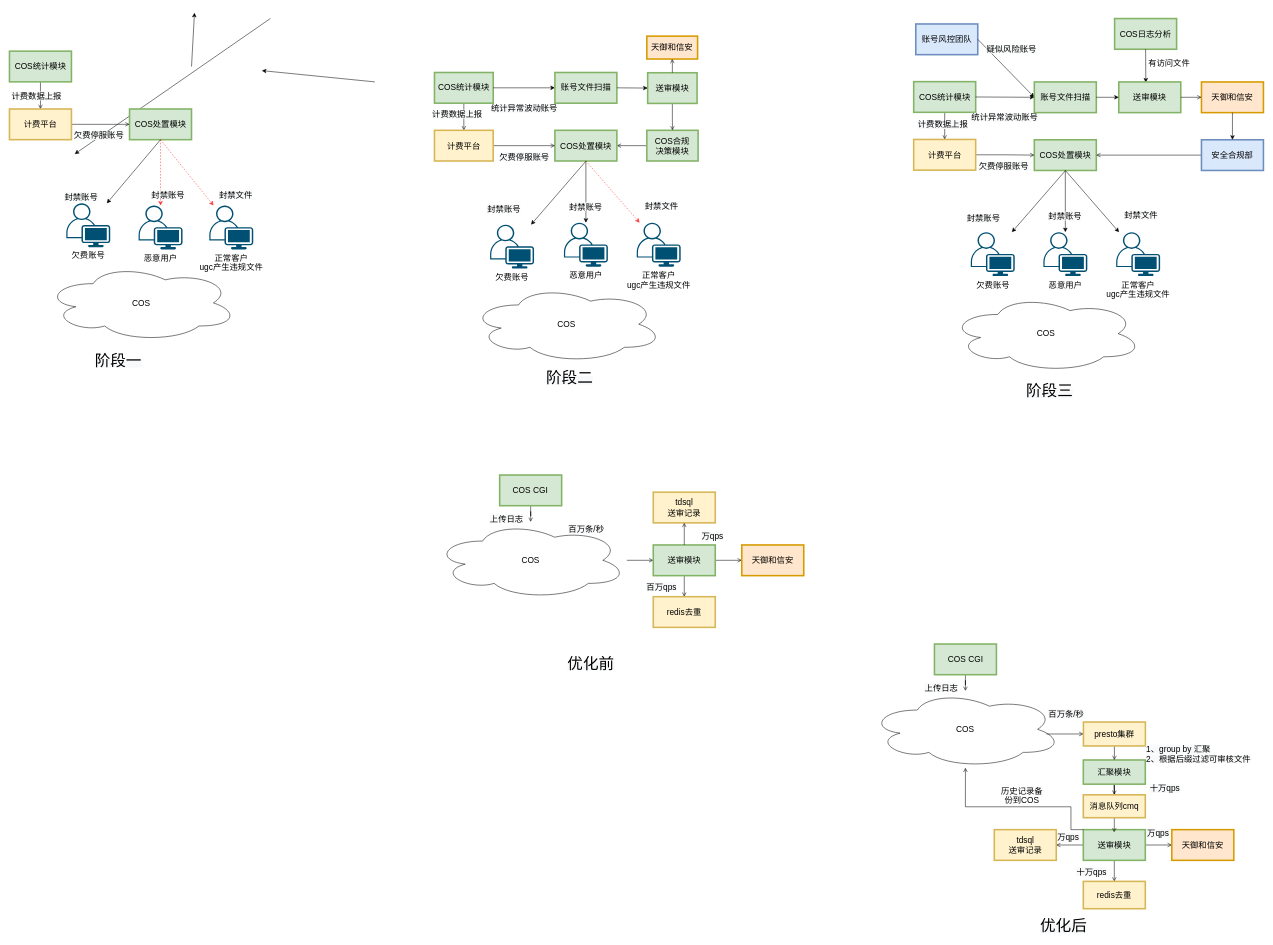
Before: page "合规" (7 of 7) of Untitled Diagram.drawio in wangnan8791/document, a draw.io diagram. Source tidied: cells renumbered, new cells numbered last; positions are measured from the earlier drawing's top-left corner, leaving out a move shared by most shapes. Both pictures are drawn from the tidied source at 52%, with x=0, y=0 at pixel (9, 12).
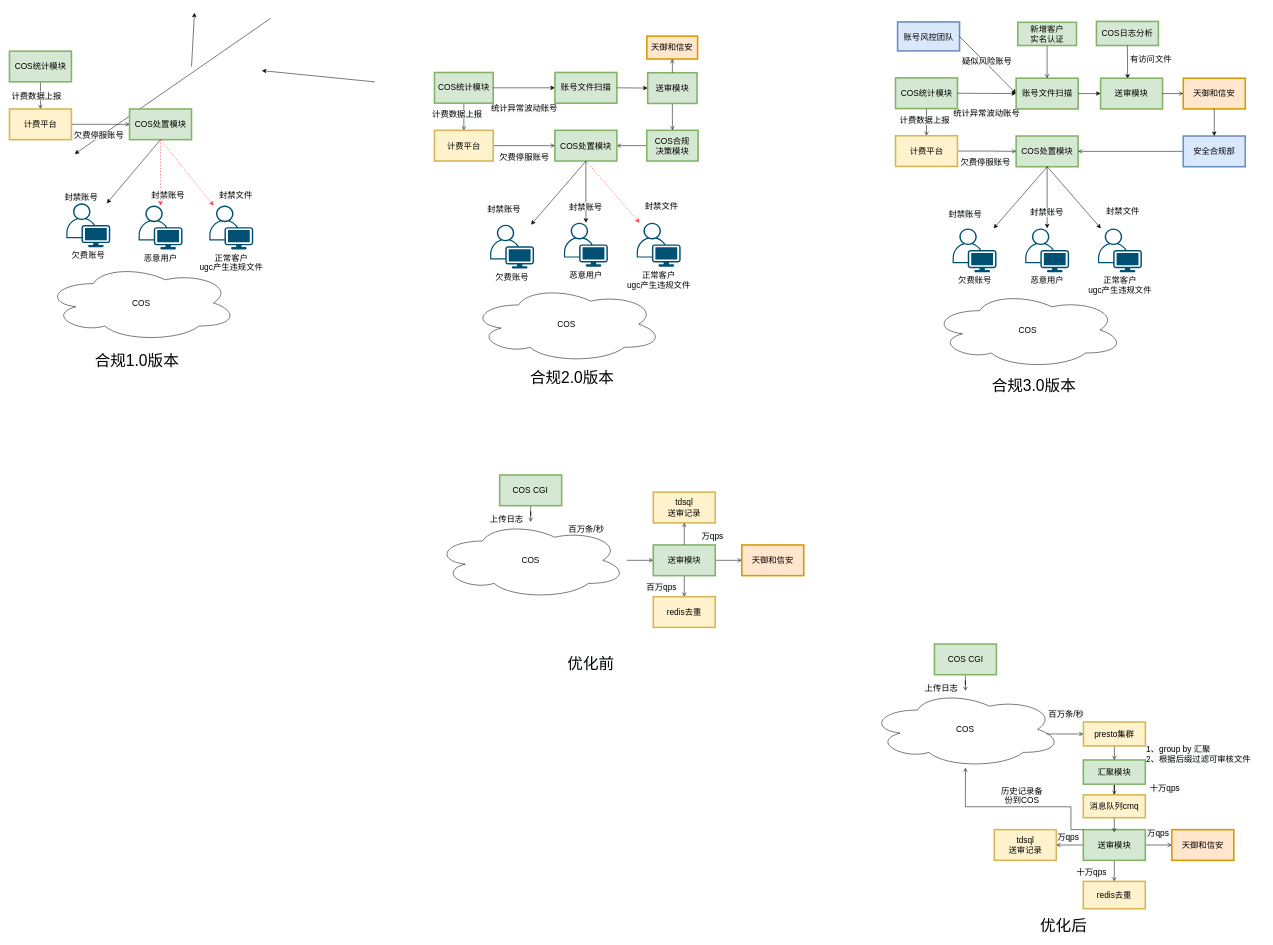
The same page after the edit.

The edit, as a diff of the source:
```diff
@@
     <mxCell id="5" value="COS统计模块" style="rounded=0;whiteSpace=wrap;html=1;shadow=0;glass=0;sketch=0;strokeColor=#82b366;strokeWidth=3;fillColor=#d5e8d4;fontSize=16;" parent="1" vertex="1">
-      <mxGeometry x="1738.6" y="132.5" width="119.2" height="59" as="geometry" />
+      <mxGeometry x="1703.6" y="125.3" width="119.2" height="59" as="geometry" />
     </mxCell>
     <mxCell id="6" value="账号风控团队" style="rounded=0;whiteSpace=wrap;html=1;shadow=0;glass=0;sketch=0;strokeColor=#6c8ebf;strokeWidth=3;fillColor=#dae8fc;fontSize=16;" parent="1" vertex="1">
-      <mxGeometry x="1742.6" y="21.6" width="119.2" height="59" as="geometry" />
+      <mxGeometry x="1707.6" y="17.7" width="119.2" height="55.7" as="geometry" />
     </mxCell>
     <mxCell id="7" value="COS日志分析" style="rounded=0;whiteSpace=wrap;html=1;shadow=0;glass=0;sketch=0;strokeColor=#82b366;strokeWidth=3;fillColor=#d5e8d4;fontSize=16;" parent="1" vertex="1">
-      <mxGeometry x="2125" y="11.2" width="119.2" height="59" as="geometry" />
+      <mxGeometry x="2090" y="16.7" width="119.2" height="46.3" as="geometry" />
     </mxCell>
     <mxCell id="8" style="endArrow=classic;html=1;fontSize=16;exitX=1;exitY=0.5;exitDx=0;exitDy=0;entryX=0;entryY=0.5;entryDx=0;entryDy=0;" parent="1" edge="1" source="5" target="16">
-      <mxGeometry x="936" y="417.2" as="geometry" />
+      <mxGeometry x="901" y="410" as="geometry" />
     </mxCell>
     <mxCell id="9" value="&lt;span style=&quot;color: rgb(0 , 0 , 0) ; font-family: &amp;#34;helvetica&amp;#34; ; font-size: 16px ; font-style: normal ; font-weight: 400 ; letter-spacing: normal ; text-align: center ; text-indent: 0px ; text-transform: none ; word-spacing: 0px ; background-color: rgb(248 , 249 , 250) ; display: inline ; float: none&quot;&gt;统计异常波动账号&lt;/span&gt;" style="text;whiteSpace=wrap;html=1;fontSize=16;" parent="1" vertex="1">
-      <mxGeometry x="1848.4" y="185.1" width="152.1" height="37.4" as="geometry" />
+      <mxGeometry x="1813.4" y="177.8" width="152.1" height="37.4" as="geometry" />
     </mxCell>
     <mxCell id="10" style="endArrow=classic;html=1;fontSize=16;entryX=0;entryY=0.5;entryDx=0;entryDy=0;exitX=1;exitY=0.5;exitDx=0;exitDy=0;" parent="1" edge="1" source="6" target="16">
-      <mxGeometry x="936" y="417.2" as="geometry" />
+      <mxGeometry x="901" y="410" as="geometry" />
     </mxCell>
     <mxCell id="11" style="endArrow=classic;html=1;fontSize=16;exitX=0.5;exitY=1;exitDx=0;exitDy=0;entryX=0.436;entryY=0.019;entryDx=0;entryDy=0;entryPerimeter=0;" parent="1" edge="1" source="7" target="17">
-      <mxGeometry x="844" y="417.2" as="geometry" />
+      <mxGeometry x="809" y="410" as="geometry" />
     </mxCell>
     <mxCell id="12" value="&lt;span style=&quot;color: rgb(0 , 0 , 0) ; font-family: &amp;#34;helvetica&amp;#34; ; font-size: 16px ; font-style: normal ; font-weight: 400 ; letter-spacing: normal ; text-align: center ; text-indent: 0px ; text-transform: none ; word-spacing: 0px ; background-color: rgb(248 , 249 , 250) ; display: inline ; float: none&quot;&gt;疑似风险账号&lt;/span&gt;" style="text;whiteSpace=wrap;html=1;fontSize=16;" parent="1" vertex="1">
-      <mxGeometry x="1877.3" y="54.2" width="102" height="37.4" as="geometry" />
+      <mxGeometry x="1830.2" y="77.5" width="102" height="37.4" as="geometry" />
     </mxCell>
     <mxCell id="13" value="&lt;div style=&quot;text-align: center&quot;&gt;&lt;font face=&quot;helvetica&quot;&gt;有访问文件&lt;/font&gt;&lt;/div&gt;" style="text;whiteSpace=wrap;html=1;fontSize=16;" parent="1" vertex="1">
-      <mxGeometry x="2188" y="81.1" width="82.6" height="37.4" as="geometry" />
+      <mxGeometry x="2153" y="73.9" width="82.6" height="37.4" as="geometry" />
     </mxCell>
     <mxCell id="14" value="&lt;font face=&quot;helvetica&quot;&gt;正常客户&lt;br&gt;ugc产生违规文件&lt;/font&gt;" style="points=[[0.35,0,0],[0.98,0.51,0],[1,0.71,0],[0.67,1,0],[0,0.795,0],[0,0.65,0]];verticalLabelPosition=bottom;html=1;verticalAlign=top;align=center;shape=mxgraph.cisco19.user;fillColor=#005073;strokeColor=none;shadow=0;glass=0;sketch=0;fontSize=16;" parent="1" vertex="1">
-      <mxGeometry x="2128" y="422" width="84.5" height="84.5" as="geometry" />
+      <mxGeometry x="2093" y="414.7" width="84.5" height="84.5" as="geometry" />
     </mxCell>
     <mxCell id="15" value="&lt;span style=&quot;font-family: &amp;#34;helvetica&amp;#34;&quot;&gt;恶意用户&lt;br&gt;&lt;/span&gt;" style="points=[[0.35,0,0],[0.98,0.51,0],[1,0.71,0],[0.67,1,0],[0,0.795,0],[0,0.65,0]];verticalLabelPosition=bottom;html=1;verticalAlign=top;align=center;shape=mxgraph.cisco19.user;fillColor=#005073;strokeColor=none;shadow=0;glass=0;sketch=0;fontSize=16;" parent="1" vertex="1">
-      <mxGeometry x="1988" y="422" width="84.5" height="84.5" as="geometry" />
+      <mxGeometry x="1953" y="414.7" width="84.5" height="84.5" as="geometry" />
     </mxCell>
     <mxCell id="16" value="账号文件扫描" style="rounded=0;whiteSpace=wrap;html=1;shadow=0;glass=0;sketch=0;strokeColor=#82b366;strokeWidth=3;fillColor=#d5e8d4;fontSize=16;" parent="1" vertex="1">
-      <mxGeometry x="1970.6" y="133.1" width="119.2" height="59" as="geometry" />
+      <mxGeometry x="1935.6" y="125.9" width="119.2" height="59" as="geometry" />
     </mxCell>
     <mxCell id="17" value="送审模块" style="rounded=0;whiteSpace=wrap;html=1;shadow=0;glass=0;sketch=0;strokeColor=#82b366;strokeWidth=3;fillColor=#d5e8d4;fontSize=16;" parent="1" vertex="1">
-      <mxGeometry x="2133" y="133.1" width="119.2" height="59" as="geometry" />
+      <mxGeometry x="2098" y="125.9" width="119.2" height="59" as="geometry" />
     </mxCell>
     <mxCell id="18" style="endArrow=classic;html=1;fontSize=16;exitX=1;exitY=0.5;exitDx=0;exitDy=0;entryX=0;entryY=0.5;entryDx=0;entryDy=0;" parent="1" edge="1" source="16" target="17">
-      <mxGeometry x="936" y="417.2" as="geometry" />
+      <mxGeometry x="901" y="410" as="geometry" />
     </mxCell>
     <mxCell id="19" value="COS处置模块" style="rounded=0;whiteSpace=wrap;html=1;shadow=0;glass=0;sketch=0;strokeColor=#82b366;strokeWidth=3;fillColor=#d5e8d4;fontSize=16;" parent="1" vertex="1">
-      <mxGeometry x="1970.6" y="244.3" width="119.2" height="59" as="geometry" />
+      <mxGeometry x="1935.6" y="237.1" width="119.2" height="59" as="geometry" />
     </mxCell>
     <mxCell id="20" value="天御和信安" style="rounded=0;whiteSpace=wrap;html=1;shadow=0;glass=0;sketch=0;strokeColor=#d79b00;strokeWidth=3;fillColor=#ffe6cc;fontSize=16;" parent="1" vertex="1">
-      <mxGeometry x="2292" y="133.1" width="119.2" height="59" as="geometry" />
+      <mxGeometry x="2257" y="125.9" width="119.2" height="59" as="geometry" />
     </mxCell>
     <mxCell id="21" style="edgeStyle=orthogonalEdgeStyle;rounded=0;jettySize=auto;html=1;entryX=1;entryY=0.5;entryDx=0;entryDy=0;startArrow=none;startFill=0;endArrow=open;endFill=0;fontSize=16;" parent="1" edge="1" source="22" target="19">
-      <mxGeometry x="936" y="417.2" as="geometry" />
+      <mxGeometry x="901" y="410" as="geometry" />
     </mxCell>
     <mxCell id="22" value="安全合规部" style="rounded=0;whiteSpace=wrap;html=1;shadow=0;glass=0;sketch=0;strokeColor=#6c8ebf;strokeWidth=3;fillColor=#dae8fc;fontSize=16;" parent="1" vertex="1">
-      <mxGeometry x="2292" y="244.3" width="119.2" height="59" as="geometry" />
+      <mxGeometry x="2257" y="237.1" width="119.2" height="59" as="geometry" />
     </mxCell>
     <mxCell id="23" style="endArrow=classic;html=1;fontSize=16;entryX=0.5;entryY=0;entryDx=0;entryDy=0;" parent="1" edge="1" source="20" target="22">
-      <mxGeometry x="845.2" y="417.2" as="geometry" />
+      <mxGeometry x="810.3" y="410" as="geometry" />
     </mxCell>
     <mxCell id="24" style="endArrow=classic;html=1;fontSize=16;" parent="1" edge="1" target="14">
-      <mxGeometry x="936" y="417.2" as="geometry">
-        <mxPoint x="2030" y="303" as="sourcePoint" />
+      <mxGeometry x="901" y="410" as="geometry">
+        <mxPoint x="1995" y="295.7" as="sourcePoint" />
       </mxGeometry>
     </mxCell>
     <mxCell id="25" style="endArrow=classic;html=1;fontSize=16;exitX=0.5;exitY=1;exitDx=0;exitDy=0;" parent="1" edge="1" source="19" target="15">
-      <mxGeometry x="936" y="417.2" as="geometry" />
+      <mxGeometry x="901" y="410" as="geometry" />
     </mxCell>
     <mxCell id="26" value="&lt;span style=&quot;color: rgb(0 , 0 , 0) ; font-family: &amp;#34;helvetica&amp;#34; ; font-size: 16px ; font-style: normal ; font-weight: 400 ; letter-spacing: normal ; text-align: center ; text-indent: 0px ; text-transform: none ; word-spacing: 0px ; background-color: rgb(248 , 249 , 250) ; display: inline ; float: none&quot;&gt;封禁文件&lt;/span&gt;" style="text;whiteSpace=wrap;html=1;fontSize=16;" parent="1" vertex="1">
-      <mxGeometry x="2142" y="373.2" width="93.9" height="32.5" as="geometry" />
+      <mxGeometry x="2107" y="366" width="93.9" height="32.5" as="geometry" />
     </mxCell>
     <mxCell id="27" value="&lt;span style=&quot;color: rgb(0 , 0 , 0) ; font-family: &amp;#34;helvetica&amp;#34; ; font-size: 16px ; font-style: normal ; font-weight: 400 ; letter-spacing: normal ; text-align: center ; text-indent: 0px ; text-transform: none ; word-spacing: 0px ; background-color: rgb(248 , 249 , 250) ; display: inline ; float: none&quot;&gt;封禁账号&lt;/span&gt;" style="text;whiteSpace=wrap;html=1;fontSize=16;" parent="1" vertex="1">
-      <mxGeometry x="1995.9" y="375" width="93.9" height="32.5" as="geometry" />
+      <mxGeometry x="1961" y="367.7" width="93.9" height="32.5" as="geometry" />
     </mxCell>
     <mxCell id="28" style="edgeStyle=orthogonalEdgeStyle;rounded=0;jettySize=auto;html=1;startArrow=none;startFill=0;endArrow=open;endFill=0;fontSize=16;" parent="1" edge="1" source="17" target="20">
-      <mxGeometry x="879" y="417.2" as="geometry" />
+      <mxGeometry x="844" y="410" as="geometry" />
     </mxCell>
     <mxCell id="29" value="COS" style="ellipse;shape=cloud;whiteSpace=wrap;html=1;align=center;shadow=0;glass=0;sketch=0;strokeColor=#000000;strokeWidth=1;fillColor=none;gradientColor=none;fontSize=16;" parent="1" vertex="1">
-      <mxGeometry x="1808.1" y="543.2" width="370" height="148" as="geometry" />
+      <mxGeometry x="1773.1" y="536" width="370" height="148" as="geometry" />
     </mxCell>
@@
     <mxCell id="31" value="计费平台" style="rounded=0;whiteSpace=wrap;html=1;shadow=0;glass=0;sketch=0;strokeColor=#d6b656;strokeWidth=3;fillColor=#fff2cc;fontSize=16;" parent="1" vertex="1">
-      <mxGeometry x="1738.6" y="243.7" width="119.2" height="59" as="geometry" />
+      <mxGeometry x="1703.6" y="236.5" width="119.2" height="59" as="geometry" />
     </mxCell>
     <mxCell id="32" value="&lt;span style=&quot;color: rgb(0 , 0 , 0) ; font-family: &amp;#34;helvetica&amp;#34; ; font-size: 16px ; font-style: normal ; font-weight: 400 ; letter-spacing: normal ; text-align: center ; text-indent: 0px ; text-transform: none ; word-spacing: 0px ; background-color: rgb(248 , 249 , 250) ; display: inline ; float: none&quot;&gt;欠费停服账号&lt;/span&gt;" style="text;whiteSpace=wrap;html=1;fontSize=16;" parent="1" vertex="1">
-      <mxGeometry x="1861.8" y="279.2" width="108.8" height="37.4" as="geometry" />
+      <mxGeometry x="1826.8" y="272" width="108.8" height="37.4" as="geometry" />
     </mxCell>
     <mxCell id="33" value="&lt;span style=&quot;color: rgb(0 , 0 , 0) ; font-family: &amp;#34;helvetica&amp;#34; ; font-size: 16px ; font-style: normal ; font-weight: 400 ; letter-spacing: normal ; text-align: center ; text-indent: 0px ; text-transform: none ; word-spacing: 0px ; background-color: rgb(248 , 249 , 250) ; display: inline ; float: none&quot;&gt;计费数据上报&lt;/span&gt;" style="text;whiteSpace=wrap;html=1;fontSize=16;" parent="1" vertex="1">
-      <mxGeometry x="1744.7" y="198.5" width="107" height="37.4" as="geometry" />
+      <mxGeometry x="1709.7" y="191.3" width="107" height="37.4" as="geometry" />
     </mxCell>
@@
     <mxCell id="55" value="&lt;span style=&quot;font-family: &amp;#34;helvetica&amp;#34;&quot;&gt;欠费账号&lt;br&gt;&lt;/span&gt;" style="points=[[0.35,0,0],[0.98,0.51,0],[1,0.71,0],[0.67,1,0],[0,0.795,0],[0,0.65,0]];verticalLabelPosition=bottom;html=1;verticalAlign=top;align=center;shape=mxgraph.cisco19.user;fillColor=#005073;strokeColor=none;shadow=0;glass=0;sketch=0;fontSize=16;" parent="1" vertex="1">
-      <mxGeometry x="1848.4" y="422" width="84.5" height="84.5" as="geometry" />
+      <mxGeometry x="1813.4" y="414.7" width="84.5" height="84.5" as="geometry" />
     </mxCell>
     <mxCell id="56" value="&lt;span style=&quot;color: rgb(0 , 0 , 0) ; font-family: &amp;#34;helvetica&amp;#34; ; font-size: 16px ; font-style: normal ; font-weight: 400 ; letter-spacing: normal ; text-align: center ; text-indent: 0px ; text-transform: none ; word-spacing: 0px ; background-color: rgb(248 , 249 , 250) ; display: inline ; float: none&quot;&gt;封禁账号&lt;/span&gt;" style="text;whiteSpace=wrap;html=1;fontSize=16;" parent="1" vertex="1">
-      <mxGeometry x="1839" y="379" width="93.9" height="32.5" as="geometry" />
+      <mxGeometry x="1804" y="371.7" width="93.9" height="32.5" as="geometry" />
     </mxCell>
     <mxCell id="57" style="endArrow=classic;html=1;fontSize=16;" parent="1" edge="1" target="55">
-      <mxGeometry x="946" y="427.2" as="geometry">
-        <mxPoint x="2030" y="304" as="sourcePoint" />
+      <mxGeometry x="911" y="420" as="geometry">
+        <mxPoint x="1995" y="296.7" as="sourcePoint" />
       </mxGeometry>
     </mxCell>
@@
-    <mxCell id="83" value="&lt;span style=&quot;color: rgb(0 , 0 , 0) ; font-family: &amp;#34;helvetica&amp;#34; ; font-style: normal ; font-weight: 400 ; letter-spacing: normal ; text-align: center ; text-indent: 0px ; text-transform: none ; word-spacing: 0px ; background-color: rgb(248 , 249 , 250) ; display: inline ; float: none&quot;&gt;&lt;font style=&quot;font-size: 30px&quot;&gt;阶段一&lt;/font&gt;&lt;/span&gt;" style="text;whiteSpace=wrap;html=1;fontSize=16;" parent="1" vertex="1">
-      <mxGeometry x="161.6" y="645" width="109.6" height="33" as="geometry" />
+    <mxCell id="83" value="&lt;span style=&quot;color: rgb(0 , 0 , 0) ; font-family: &amp;#34;helvetica&amp;#34; ; font-style: normal ; font-weight: 400 ; letter-spacing: normal ; text-align: center ; text-indent: 0px ; text-transform: none ; word-spacing: 0px ; background-color: rgb(248 , 249 , 250) ; display: inline ; float: none&quot;&gt;&lt;font style=&quot;font-size: 30px&quot;&gt;合规1.0版本&lt;/font&gt;&lt;/span&gt;" style="text;whiteSpace=wrap;html=1;fontSize=16;" parent="1" vertex="1">
+      <mxGeometry x="161.6" y="645" width="164.4" height="33" as="geometry" />
     </mxCell>
-    <mxCell id="84" value="&lt;span style=&quot;color: rgb(0 , 0 , 0) ; font-family: &amp;#34;helvetica&amp;#34; ; font-style: normal ; font-weight: 400 ; letter-spacing: normal ; text-align: center ; text-indent: 0px ; text-transform: none ; word-spacing: 0px ; background-color: rgb(248 , 249 , 250) ; display: inline ; float: none&quot;&gt;&lt;font style=&quot;font-size: 30px&quot;&gt;阶段二&lt;/font&gt;&lt;/span&gt;" style="text;whiteSpace=wrap;html=1;fontSize=16;" parent="1" vertex="1">
-      <mxGeometry x="1030" y="678" width="109.6" height="33" as="geometry" />
+    <mxCell id="84" value="&lt;span style=&quot;font-family: &amp;#34;helvetica&amp;#34; ; font-size: 30px ; text-align: center&quot;&gt;合规2.0版本&lt;/span&gt;" style="text;whiteSpace=wrap;html=1;fontSize=16;" parent="1" vertex="1">
+      <mxGeometry x="998.8" y="678" width="169" height="33" as="geometry" />
     </mxCell>
-    <mxCell id="85" value="&lt;span style=&quot;color: rgb(0 , 0 , 0) ; font-family: &amp;#34;helvetica&amp;#34; ; font-style: normal ; font-weight: 400 ; letter-spacing: normal ; text-align: center ; text-indent: 0px ; text-transform: none ; word-spacing: 0px ; background-color: rgb(248 , 249 , 250) ; display: inline ; float: none&quot;&gt;&lt;font style=&quot;font-size: 30px&quot;&gt;阶段三&lt;/font&gt;&lt;/span&gt;" style="text;whiteSpace=wrap;html=1;fontSize=16;" parent="1" vertex="1">
-      <mxGeometry x="1953" y="703" width="109.6" height="33" as="geometry" />
+    <mxCell id="85" value="&lt;span style=&quot;font-family: &amp;#34;helvetica&amp;#34; ; font-size: 30px ; text-align: center&quot;&gt;合规3.0版本&lt;/span&gt;" style="text;whiteSpace=wrap;html=1;fontSize=16;" parent="1" vertex="1">
+      <mxGeometry x="1887" y="692.7" width="172" height="33" as="geometry" />
     </mxCell>
@@
+    <mxCell id="129" style="edgeStyle=orthogonalEdgeStyle;rounded=0;orthogonalLoop=1;jettySize=auto;html=1;exitX=0.5;exitY=1;exitDx=0;exitDy=0;startArrow=none;startFill=0;endArrow=open;endFill=0;strokeColor=#000000;fontSize=16;" parent="1" edge="1" source="84" target="84">
+      <mxGeometry relative="1" as="geometry" />
+    </mxCell>
+    <mxCell id="130" style="edgeStyle=orthogonalEdgeStyle;rounded=0;jettySize=auto;html=1;startArrow=none;startFill=0;endArrow=open;endFill=0;strokeColor=#000000;fontSize=16;" parent="1" edge="1" source="131" target="16">
+      <mxGeometry relative="1" as="geometry" />
+    </mxCell>
+    <mxCell id="131" value="新增客户&lt;br&gt;实名认证" style="rounded=0;whiteSpace=wrap;html=1;shadow=0;glass=0;sketch=0;strokeColor=#82b366;strokeWidth=3;fillColor=#d5e8d4;fontSize=16;" parent="1" vertex="1">
+      <mxGeometry x="1938.7" y="18.4" width="113" height="44.6" as="geometry" />
+    </mxCell>
```
